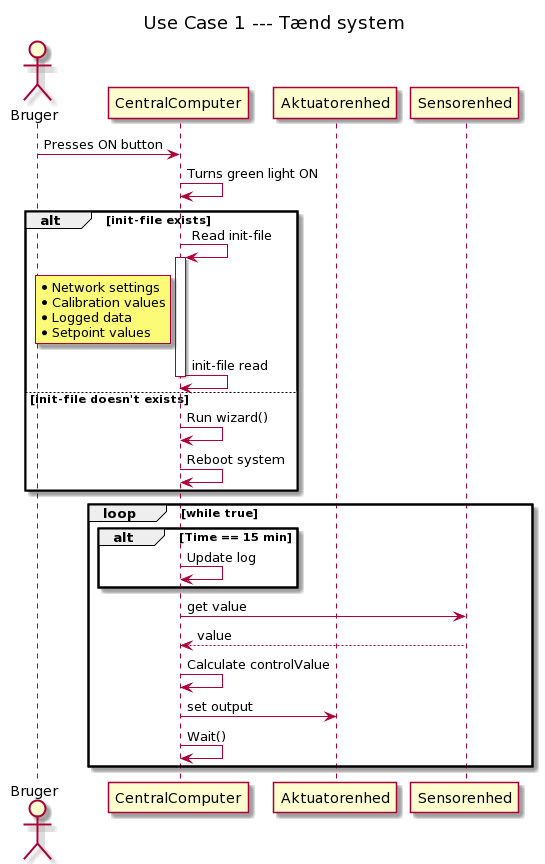
Above: Strukturering/System/Usecases/UseCase1_TaendSystem.png in Solvgraa-mager/E4PRJ4 (PlantUML), before the change. The source it was exported from:
```plantuml
@startuml
title: Use Case 1 --- Tænd system

actor Bruger
participant CentralComputer
participant Aktuatorenhed
participant Sensorenhed

Bruger -> CentralComputer: Presses ON button
CentralComputer -> CentralComputer: Turns green light ON
alt init-file exists
    CentralComputer -> CentralComputer: Read init-file
    activate CentralComputer
    rnote left CentralComputer
    * Network settings
    * Calibration values
    * Logged data
    * Setpoint values
    endrnote
    CentralComputer -> CentralComputer: init-file read
    deactivate CentralComputer
else init-file doesn't exists
    CentralComputer -> CentralComputer: Run wizard()
    CentralComputer -> CentralComputer: Reboot system
end

loop while true

    alt Time == 15 min
        CentralComputer -> CentralComputer: Update log


    end
            CentralComputer -> Sensorenhed: get value
            Sensorenhed --> CentralComputer: value

            CentralComputer -> CentralComputer: Calculate controlValue

            CentralComputer -> Aktuatorenhed: set output

            CentralComputer -> CentralComputer: Wait()
end
@enduml
```
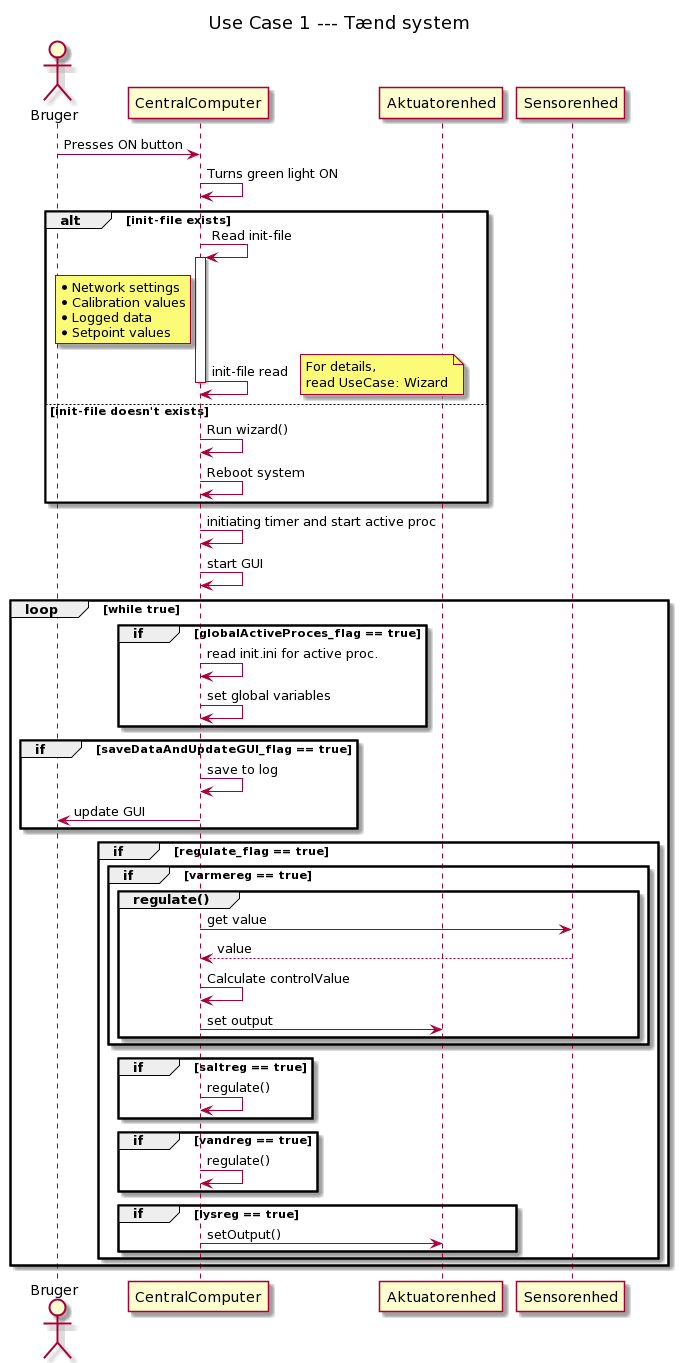
The same diagram one commit later.

What changed in the source:
```diff
@@ -18,26 +18,50 @@
     * Setpoint values
     endrnote
     CentralComputer -> CentralComputer: init-file read
+    note right
+    For details,
+    read UseCase: Wizard
+    end note
     deactivate CentralComputer
 else init-file doesn't exists
     CentralComputer -> CentralComputer: Run wizard()
     CentralComputer -> CentralComputer: Reboot system
 end
 
+CentralComputer -> CentralComputer: initiating timer and start active proc
+CentralComputer -> CentralComputer: start GUI
+
 loop while true
 
-    alt Time == 15 min
-        CentralComputer -> CentralComputer: Update log
+    group if [globalActiveProces_flag == true]
+        CentralComputer -> CentralComputer: read init.ini for active proc.
+        CentralComputer -> CentralComputer: set global variables
+    end
+
+    group if [saveDataAndUpdateGUI_flag == true]
+        CentralComputer -> CentralComputer: save to log
+        CentralComputer -> Bruger: update GUI
+    end
 
 
+    group if [regulate_flag == true]
+        group if [varmereg == true]
+            group regulate()
+                CentralComputer -> Sensorenhed: get value
+                Sensorenhed --> CentralComputer: value
+                CentralComputer -> CentralComputer: Calculate controlValue
+                CentralComputer -> Aktuatorenhed: set output
+            end
+        end
+        group if [saltreg == true]
+            CentralComputer -> CentralComputer: regulate()
+        end
+        group if [vandreg == true]
+            CentralComputer -> CentralComputer: regulate()
+        end
+        group if [lysreg == true]
+            CentralComputer -> Aktuatorenhed: setOutput()
+        end
     end
-            CentralComputer -> Sensorenhed: get value
-            Sensorenhed --> CentralComputer: value
-
-            CentralComputer -> CentralComputer: Calculate controlValue
-
-            CentralComputer -> Aktuatorenhed: set output
-
-            CentralComputer -> CentralComputer: Wait()
 end
 @enduml
```
